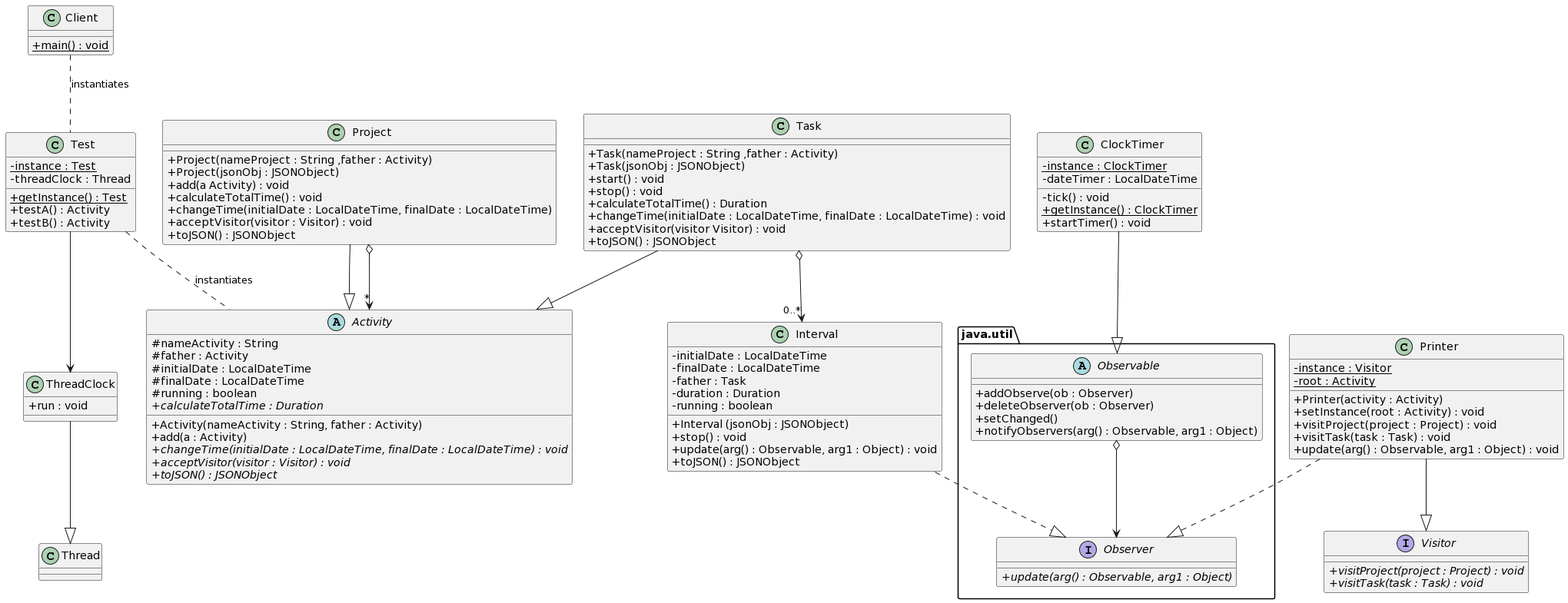
Before: Diagrama practica DS PLANTUML.png, a diagram exported from PlantUML (carlosereyese/PracticaDS).
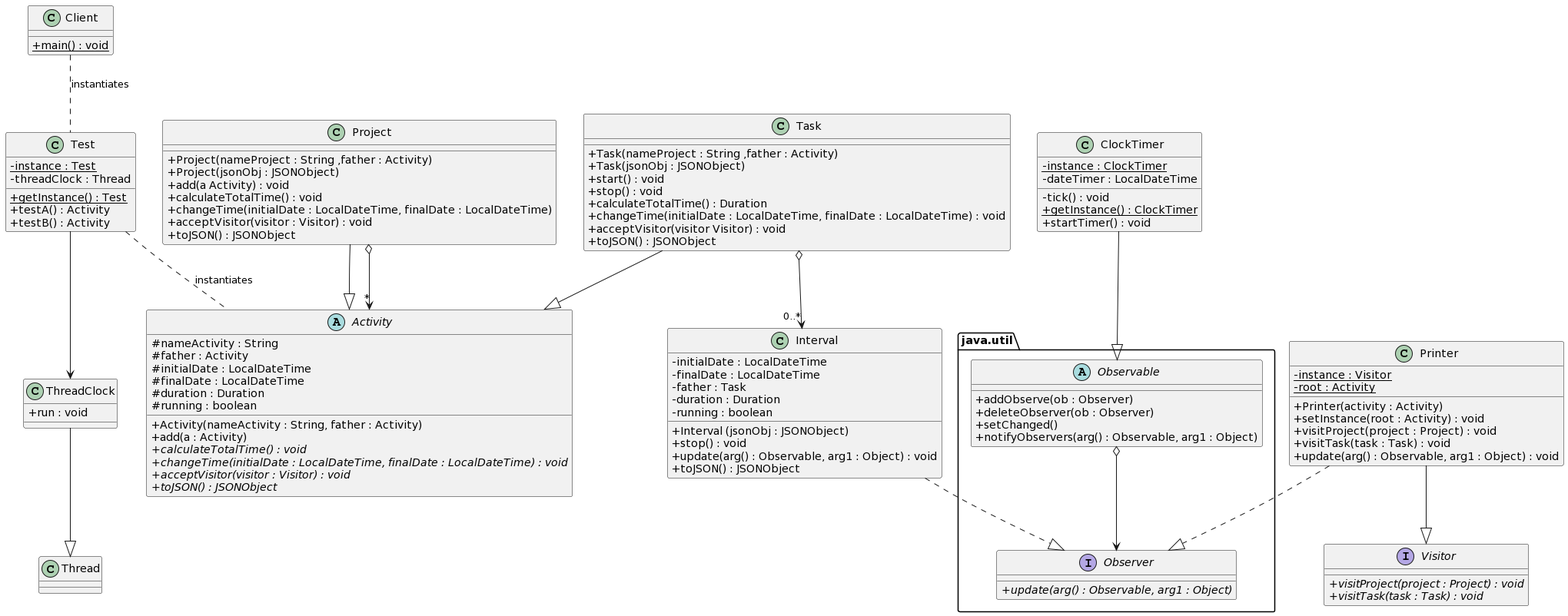
Above is the later version.

Change to the diagram source:
```diff
@@ -30,10 +30,11 @@
      # father : Activity
      # initialDate : LocalDateTime
      # finalDate : LocalDateTime
+     # duration : Duration
      # running : boolean
      + Activity(nameActivity : String, father : Activity)
      + add(a : Activity)
-     + {abstract} calculateTotalTime : Duration
+     + {abstract} calculateTotalTime() : void
      + {abstract} changeTime(initialDate : LocalDateTime, finalDate : LocalDateTime) : void
      + {abstract} acceptVisitor(visitor : Visitor) : void
      + {abstract} toJSON() : JSONObject
```
